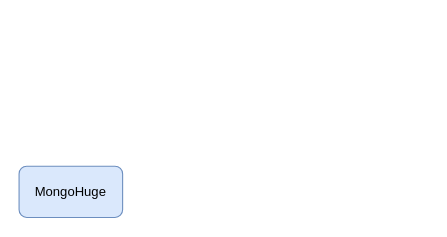
TimerIzaya/TimerBlogPic keeps this draw.io diagram as MongoHuge.drawio. Above is the earlier version. Source tidied: cells renumbered, new cells numbered last; positions are measured from the earlier drawing's top-left corner, leaving out a move shared by most shapes. Both pictures are drawn from the tidied source at 109%, with x=0, y=0 at pixel (19, 166).
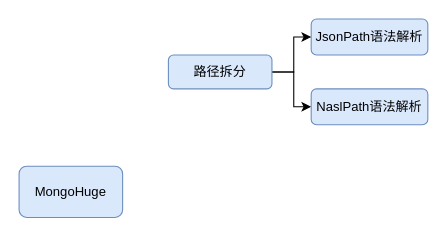
The same page after the edit.

Change to the diagram source:
```diff
@@
 <mxGraphModel>
   <root>
     <mxCell id="0" />
     <mxCell id="1" parent="0" />
     <mxCell id="2" value="MongoHuge" style="text;html=1;align=center;verticalAlign=middle;whiteSpace=wrap;rounded=1;strokeColor=#6c8ebf;fillColor=#dae8fc;" parent="1" vertex="1">
       <mxGeometry width="95" height="47" as="geometry" />
     </mxCell>
+    <mxCell id="3" value="JsonPath语法解析" style="text;html=1;align=center;verticalAlign=middle;whiteSpace=wrap;rounded=1;strokeColor=#6c8ebf;fillColor=#dae8fc;" parent="1" vertex="1">
+      <mxGeometry x="268" y="-135" width="107" height="33" as="geometry" />
+    </mxCell>
+    <mxCell id="4" style="edgeStyle=orthogonalEdgeStyle;rounded=0;jettySize=auto;html=1;entryX=0;entryY=0.5;entryDx=0;entryDy=0;" parent="1" edge="1" source="6" target="3">
+      <mxGeometry relative="1" as="geometry" />
+    </mxCell>
+    <mxCell id="5" style="edgeStyle=orthogonalEdgeStyle;rounded=0;jettySize=auto;html=1;entryX=0;entryY=0.5;entryDx=0;entryDy=0;" parent="1" edge="1" source="6" target="7">
+      <mxGeometry relative="1" as="geometry" />
+    </mxCell>
+    <mxCell id="6" value="路径拆分" style="text;html=1;align=center;verticalAlign=middle;whiteSpace=wrap;rounded=1;strokeColor=#6c8ebf;fillColor=#dae8fc;" parent="1" vertex="1">
+      <mxGeometry x="137" y="-102" width="95" height="31" as="geometry" />
+    </mxCell>
+    <mxCell id="7" value="NaslPath语法解析" style="text;html=1;align=center;verticalAlign=middle;whiteSpace=wrap;rounded=1;strokeColor=#6c8ebf;fillColor=#dae8fc;" parent="1" vertex="1">
+      <mxGeometry x="268" y="-71" width="107" height="33" as="geometry" />
+    </mxCell>
   </root>
 </mxGraphModel>
```
